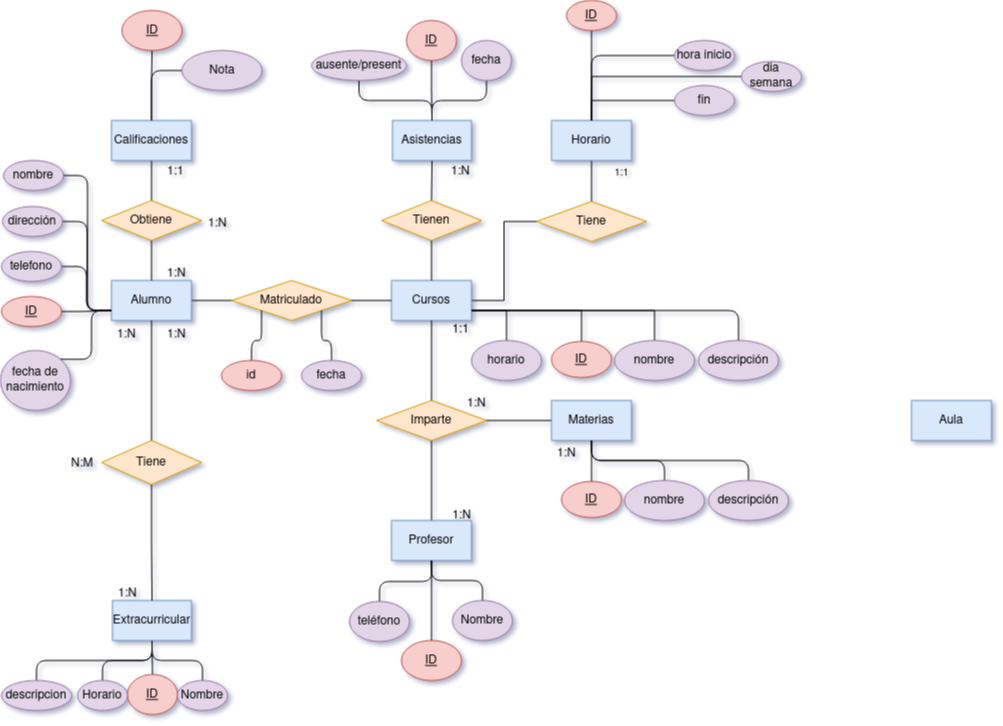
Above: Unidad-1/Tareas/Tarea_evaluable1/tareaentregable.drawio.png in toninavhd/Base-datos (draw.io), before the change. Source tidied: cells renumbered, new cells last; positions are measured from the earlier drawing's top-left corner, leaving out a move shared by most shapes.
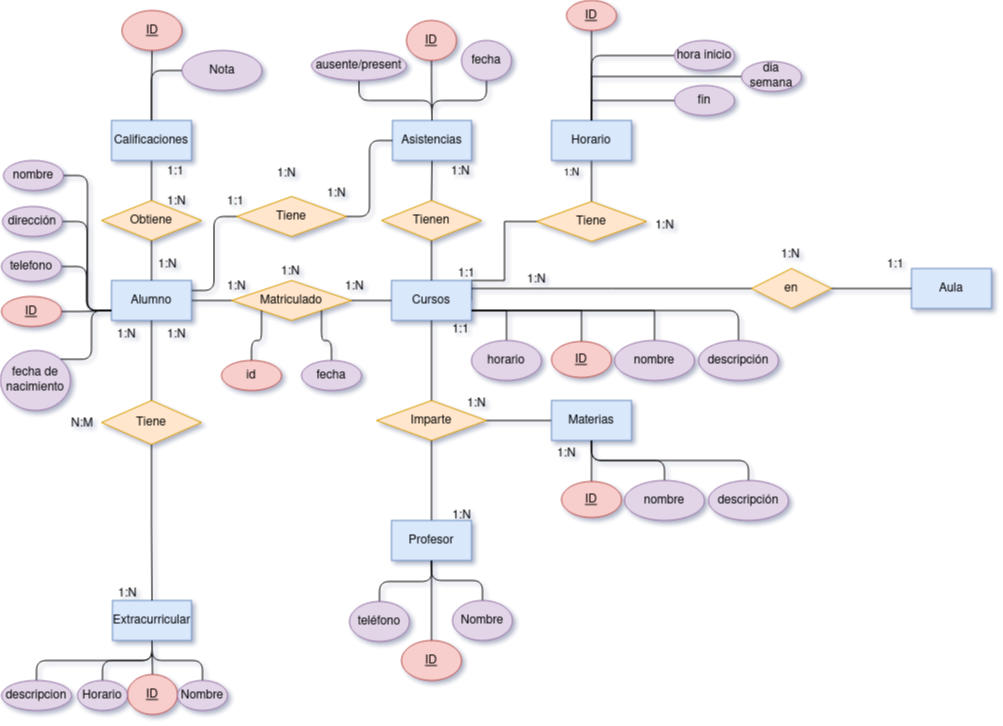
The same diagram one commit later.

What changed in the source:
```diff
@@ -5,11 +5,20 @@
     <mxCell id="2" style="edgeStyle=orthogonalEdgeStyle;rounded=0;jettySize=auto;html=1;exitX=1;exitY=0.5;exitDx=0;exitDy=0;entryX=0;entryY=0.5;entryDx=0;entryDy=0;endArrow=none;endFill=0;" parent="1" edge="1" source="3" target="8">
       <mxGeometry relative="1" as="geometry" />
     </mxCell>
+    <mxCell id="103" style="edgeStyle=orthogonalEdgeStyle;rounded=1;jettySize=auto;html=1;exitX=1;exitY=0.25;exitDx=0;exitDy=0;entryX=0;entryY=0.5;entryDx=0;entryDy=0;endArrow=none;endFill=0;" parent="1" edge="1" source="3" target="105">
+      <mxGeometry relative="1" as="geometry" />
+    </mxCell>
     <mxCell id="3" value="Alumno" style="whiteSpace=wrap;html=1;fillColor=#dae8fc;strokeColor=#6c8ebf;" parent="1" vertex="1">
       <mxGeometry x="111" y="280" width="80" height="40" as="geometry" />
     </mxCell>
     <mxCell id="4" style="edgeStyle=orthogonalEdgeStyle;rounded=0;jettySize=auto;html=1;exitX=1;exitY=0.5;exitDx=0;exitDy=0;entryX=0;entryY=0.5;entryDx=0;entryDy=0;endArrow=none;endFill=0;" parent="1" edge="1" source="6" target="24">
-      <mxGeometry relative="1" as="geometry" />
+      <mxGeometry relative="1" as="geometry">
+        <Array as="points">
+          <mxPoint x="471" y="280" />
+          <mxPoint x="504" y="280" />
+          <mxPoint x="504" y="221" />
+        </Array>
+      </mxGeometry>
     </mxCell>
     <mxCell id="5" style="edgeStyle=orthogonalEdgeStyle;rounded=0;jettySize=auto;html=1;exitX=1;exitY=0.75;exitDx=0;exitDy=0;entryX=0.5;entryY=0;entryDx=0;entryDy=0;endArrow=none;endFill=0;" parent="1" edge="1" source="6" target="53">
       <mxGeometry relative="1" as="geometry" />
@@ -91,7 +100,7 @@
       <mxGeometry relative="1" as="geometry" />
     </mxCell>
     <mxCell id="30" value="Tiene" style="rhombus;whiteSpace=wrap;html=1;fillColor=#ffe6cc;strokeColor=#d79b00;" parent="1" vertex="1">
-      <mxGeometry x="101" y="440" width="100" height="44" as="geometry" />
+      <mxGeometry x="101" y="400" width="100" height="44" as="geometry" />
     </mxCell>
     <mxCell id="31" style="edgeStyle=orthogonalEdgeStyle;rounded=1;jettySize=auto;html=1;exitX=1;exitY=0;exitDx=0;exitDy=0;entryX=0;entryY=0.75;entryDx=0;entryDy=0;endArrow=none;endFill=0;" parent="1" edge="1" source="32" target="3">
       <mxGeometry relative="1" as="geometry">
@@ -282,8 +291,8 @@
     <mxCell id="90" value="1:1" style="text;html=1;align=center;verticalAlign=middle;strokeColor=none;fillColor=none;" parent="1" vertex="1">
       <mxGeometry x="440" y="314" width="40" height="30" as="geometry" />
     </mxCell>
-    <mxCell id="91" value="&lt;sup&gt;1:1&lt;/sup&gt;" style="text;html=1;align=center;verticalAlign=middle;strokeColor=none;fillColor=none;" parent="1" vertex="1">
-      <mxGeometry x="601" y="160" width="40" height="30" as="geometry" />
+    <mxCell id="91" value="&lt;sup&gt;1:N&lt;/sup&gt;" style="text;html=1;align=center;verticalAlign=middle;strokeColor=none;fillColor=none;" parent="1" vertex="1">
+      <mxGeometry x="551" y="160" width="40" height="30" as="geometry" />
     </mxCell>
     <mxCell id="92" value="1:N" style="text;strokeColor=none;fillColor=none;spacingLeft=4;spacingRight=4;overflow=hidden;fontSize=12;whiteSpace=wrap;html=1;" parent="1" vertex="1">
       <mxGeometry x="445" y="158" width="40" height="30" as="geometry" />
@@ -301,22 +310,72 @@
       <mxGeometry x="551" y="440" width="40" height="30" as="geometry" />
     </mxCell>
     <mxCell id="97" value="Aula" style="whiteSpace=wrap;html=1;fillColor=#dae8fc;strokeColor=#6c8ebf;" parent="1" vertex="1">
-      <mxGeometry x="911" y="400" width="80" height="40" as="geometry" />
+      <mxGeometry x="911" y="268" width="80" height="40" as="geometry" />
     </mxCell>
     <mxCell id="98" value="1:N" style="text;strokeColor=none;fillColor=none;spacingLeft=4;spacingRight=4;overflow=hidden;fontSize=12;whiteSpace=wrap;html=1;" parent="1" vertex="1">
       <mxGeometry x="111" y="321" width="40" height="30" as="geometry" />
     </mxCell>
     <mxCell id="99" value="N:M" style="text;strokeColor=none;fillColor=none;spacingLeft=4;spacingRight=4;overflow=hidden;fontSize=12;whiteSpace=wrap;html=1;" parent="1" vertex="1">
-      <mxGeometry x="65" y="450" width="40" height="30" as="geometry" />
+      <mxGeometry x="65" y="410" width="40" height="30" as="geometry" />
     </mxCell>
     <mxCell id="100" value="1:N" style="text;strokeColor=none;fillColor=none;spacingLeft=4;spacingRight=4;overflow=hidden;fontSize=12;whiteSpace=wrap;html=1;" parent="1" vertex="1">
       <mxGeometry x="461" y="390" width="40" height="30" as="geometry" />
     </mxCell>
     <mxCell id="101" value="1:N" style="text;strokeColor=none;fillColor=none;spacingLeft=4;spacingRight=4;overflow=hidden;fontSize=12;whiteSpace=wrap;html=1;" parent="1" vertex="1">
-      <mxGeometry x="161" y="260" width="40" height="30" as="geometry" />
+      <mxGeometry x="152" y="251" width="40" height="30" as="geometry" />
     </mxCell>
     <mxCell id="102" value="1:N" style="text;strokeColor=none;fillColor=none;spacingLeft=4;spacingRight=4;overflow=hidden;fontSize=12;whiteSpace=wrap;html=1;" parent="1" vertex="1">
-      <mxGeometry x="201.5" y="210" width="40" height="30" as="geometry" />
+      <mxGeometry x="161" y="188" width="40" height="30" as="geometry" />
     </mxCell>
+    <mxCell id="104" style="edgeStyle=orthogonalEdgeStyle;rounded=1;jettySize=auto;html=1;exitX=1;exitY=0.5;exitDx=0;exitDy=0;entryX=0;entryY=0.5;entryDx=0;entryDy=0;endArrow=none;endFill=0;" parent="1" edge="1" source="105" target="26">
+      <mxGeometry relative="1" as="geometry" />
+    </mxCell>
+    <mxCell id="105" value="Tiene" style="rhombus;whiteSpace=wrap;html=1;fillColor=#ffe6cc;strokeColor=#d79b00;" parent="1" vertex="1">
+      <mxGeometry x="236" y="196" width="110" height="40" as="geometry" />
+    </mxCell>
+    <mxCell id="106" value="1:1" style="text;strokeColor=none;fillColor=none;spacingLeft=4;spacingRight=4;overflow=hidden;fontSize=12;whiteSpace=wrap;html=1;" parent="1" vertex="1">
+      <mxGeometry x="221" y="188" width="40" height="30" as="geometry" />
+    </mxCell>
+    <mxCell id="107" value="1:N" style="text;strokeColor=none;fillColor=none;spacingLeft=4;spacingRight=4;overflow=hidden;fontSize=12;whiteSpace=wrap;html=1;" parent="1" vertex="1">
+      <mxGeometry x="321" y="180" width="40" height="30" as="geometry" />
+    </mxCell>
+    <mxCell id="108" value="1:N" style="text;strokeColor=none;fillColor=none;spacingLeft=4;spacingRight=4;overflow=hidden;fontSize=12;whiteSpace=wrap;html=1;" parent="1" vertex="1">
+      <mxGeometry x="271" y="160" width="40" height="30" as="geometry" />
+    </mxCell>
+    <mxCell id="109" value="1:1" style="text;strokeColor=none;fillColor=none;spacingLeft=4;spacingRight=4;overflow=hidden;fontSize=12;whiteSpace=wrap;html=1;" parent="1" vertex="1">
+      <mxGeometry x="452" y="260" width="40" height="30" as="geometry" />
+    </mxCell>
+    <mxCell id="110" value="1:N" style="text;html=1;align=center;verticalAlign=middle;strokeColor=none;fillColor=none;" parent="1" vertex="1">
+      <mxGeometry x="644" y="210" width="40" height="30" as="geometry" />
+    </mxCell>
+    <mxCell id="111" style="edgeStyle=orthogonalEdgeStyle;rounded=0;jettySize=auto;html=1;exitX=1;exitY=0.5;exitDx=0;exitDy=0;entryX=0;entryY=0.5;entryDx=0;entryDy=0;endArrow=none;endFill=0;" parent="1" edge="1" source="112" target="97">
+      <mxGeometry relative="1" as="geometry" />
+    </mxCell>
+    <mxCell id="112" value="en" style="rhombus;whiteSpace=wrap;html=1;fillColor=#ffe6cc;strokeColor=#d79b00;" parent="1" vertex="1">
+      <mxGeometry x="751" y="268" width="80" height="40" as="geometry" />
+    </mxCell>
+    <mxCell id="113" style="edgeStyle=orthogonalEdgeStyle;rounded=0;jettySize=auto;html=1;exitX=0;exitY=0.5;exitDx=0;exitDy=0;entryX=0.475;entryY=0.667;entryDx=0;entryDy=0;entryPerimeter=0;endArrow=none;endFill=0;" parent="1" edge="1" source="112">
+      <mxGeometry relative="1" as="geometry">
+        <mxPoint x="471" y="288" as="targetPoint" />
+      </mxGeometry>
+    </mxCell>
+    <mxCell id="114" value="1:1" style="text;strokeColor=none;fillColor=none;spacingLeft=4;spacingRight=4;overflow=hidden;fontSize=12;whiteSpace=wrap;html=1;" parent="1" vertex="1">
+      <mxGeometry x="881" y="251" width="40" height="30" as="geometry" />
+    </mxCell>
+    <mxCell id="115" value="1:N" style="text;strokeColor=none;fillColor=none;spacingLeft=4;spacingRight=4;overflow=hidden;fontSize=12;whiteSpace=wrap;html=1;" parent="1" vertex="1">
+      <mxGeometry x="521" y="266" width="40" height="30" as="geometry" />
+    </mxCell>
+    <mxCell id="116" value="1:N" style="text;strokeColor=none;fillColor=none;spacingLeft=4;spacingRight=4;overflow=hidden;fontSize=12;whiteSpace=wrap;html=1;" parent="1" vertex="1">
+      <mxGeometry x="775" y="241" width="40" height="30" as="geometry" />
+    </mxCell>
+    <mxCell id="117" value="1:N" style="text;strokeColor=none;fillColor=none;spacingLeft=4;spacingRight=4;overflow=hidden;fontSize=12;whiteSpace=wrap;html=1;" parent="1" vertex="1">
+      <mxGeometry x="221" y="273" width="40" height="30" as="geometry" />
+    </mxCell>
+    <mxCell id="118" value="1:N" style="text;strokeColor=none;fillColor=none;spacingLeft=4;spacingRight=4;overflow=hidden;fontSize=12;whiteSpace=wrap;html=1;" parent="1" vertex="1">
+      <mxGeometry x="338.5" y="273" width="40" height="30" as="geometry" />
+    </mxCell>
+    <mxCell id="119" value="1:N" style="text;strokeColor=none;fillColor=none;spacingLeft=4;spacingRight=4;overflow=hidden;fontSize=12;whiteSpace=wrap;html=1;" parent="1" vertex="1">
+      <mxGeometry x="275" y="258" width="40" height="30" as="geometry" />
+    </mxCell>
   </root>
 </mxGraphModel>
```
